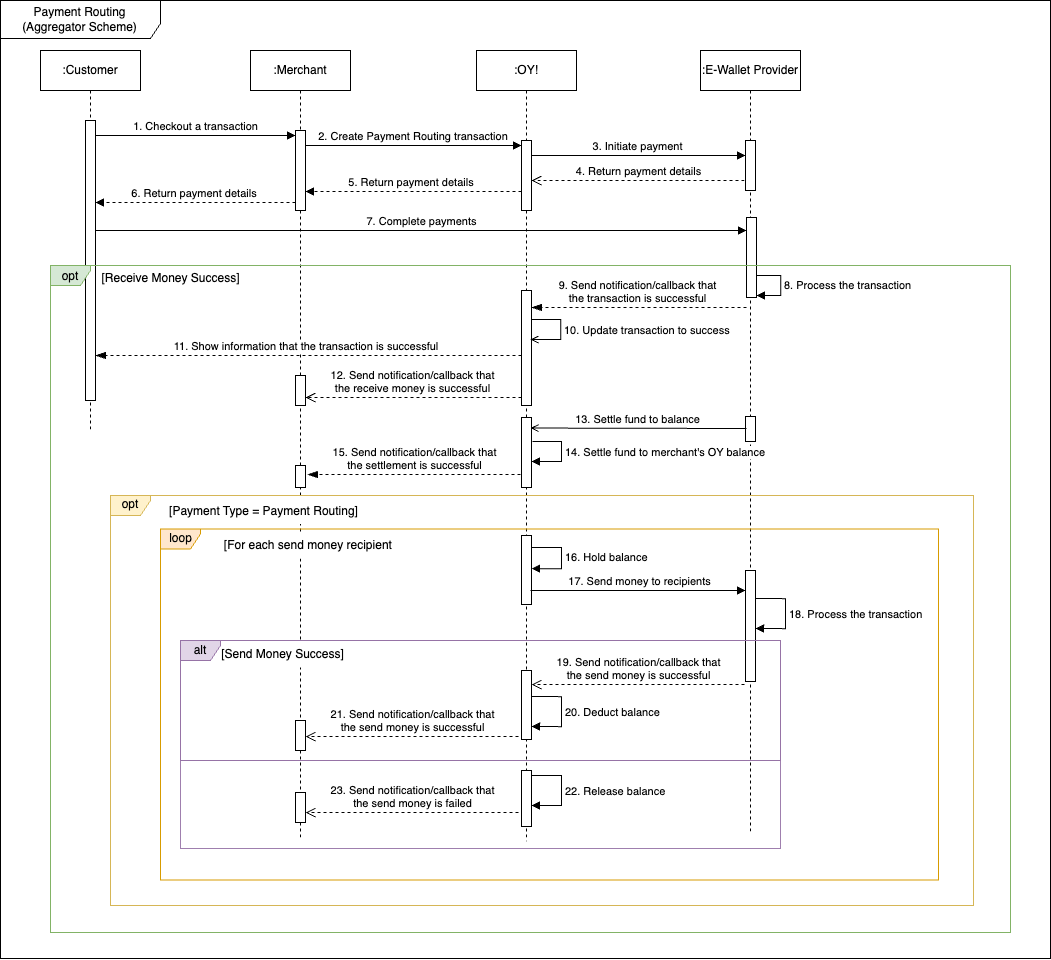
Before: source/images/acceptingPayments/paymentRouting/payment_routing_sequence_aggregator_scheme.png, a diagram exported from draw.io (oyindonesia/oybayar-docs). Source tidied: cells renumbered, new cells last; positions are measured from the earlier drawing's top-left corner, leaving out a move shared by most shapes.
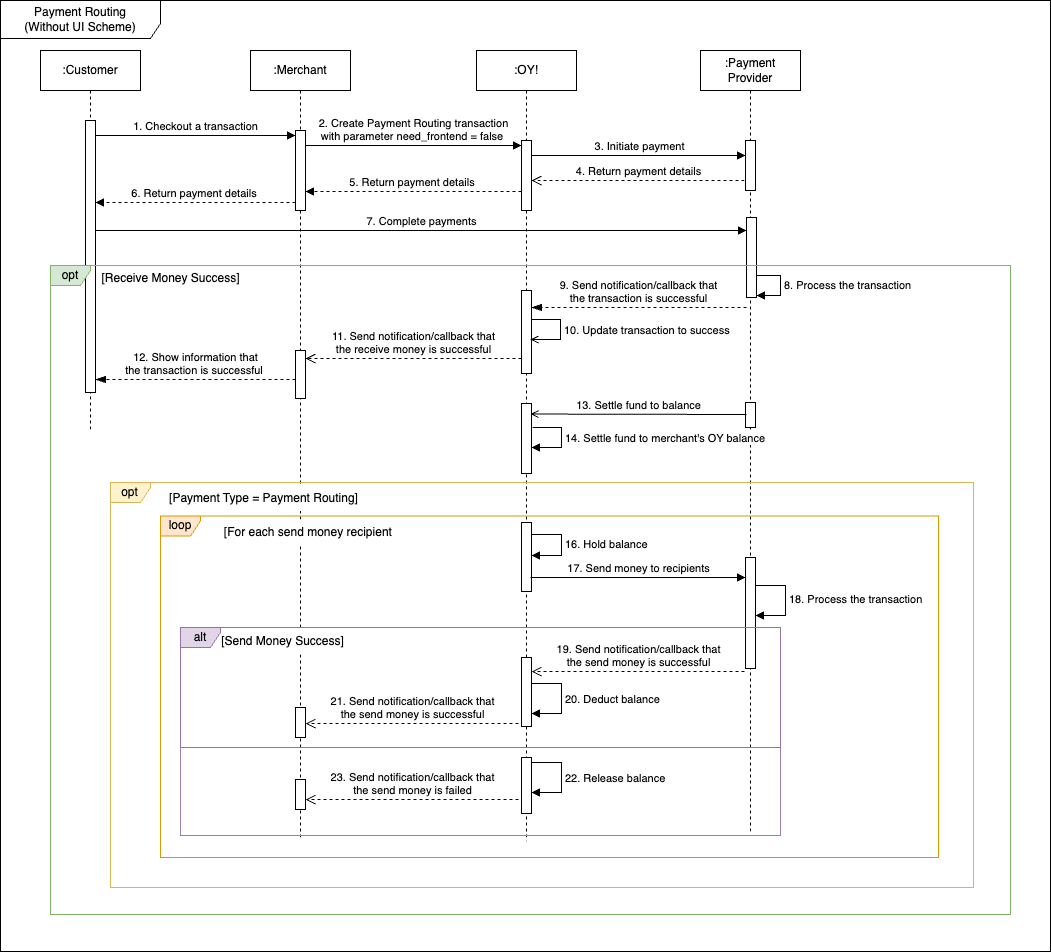
The same file after the commit.

Commit message:
address review from finny and fix crashed image in VA simulate callback

Change to the diagram source:
```diff
@@ -4,4 +4,4 @@
     <mxCell id="1" parent="0" />
-    <mxCell id="2" value="Payment Routing (Aggregator Scheme)" style="shape=umlFrame;whiteSpace=wrap;html=1;width=160;height=38;" parent="1" vertex="1">
-      <mxGeometry width="1050" height="958" as="geometry" />
+    <mxCell id="2" value="Payment Routing &lt;br&gt;(Without UI Scheme)" style="shape=umlFrame;whiteSpace=wrap;html=1;width=160;height=38;" parent="1" vertex="1">
+      <mxGeometry width="1050" height="951" as="geometry" />
     </mxCell>
@@ -19,3 +19,3 @@
     </mxCell>
-    <mxCell id="7" value=":E-Wallet Provider" style="shape=umlLifeline;perimeter=lifelinePerimeter;whiteSpace=wrap;html=1;newEdgeStyle={&quot;curved&quot;:0,&quot;rounded&quot;:0};" parent="1" vertex="1">
+    <mxCell id="7" value=":Payment Provider" style="shape=umlLifeline;perimeter=lifelinePerimeter;whiteSpace=wrap;html=1;newEdgeStyle={&quot;curved&quot;:0,&quot;rounded&quot;:0};" parent="1" vertex="1">
       <mxGeometry x="700" y="50" width="100" height="781" as="geometry" />
@@ -33,3 +33,3 @@
     </mxCell>
-    <mxCell id="11" value="2. Create Payment Routing transaction&amp;nbsp;" style="html=1;verticalAlign=bottom;endArrow=block;curved=0;rounded=0;entryX=0;entryY=0;entryDx=0;entryDy=5;entryPerimeter=0;" parent="1" edge="1" source="4" target="6">
+    <mxCell id="11" value="2. Create Payment Routing transaction&lt;br style=&quot;border-color: var(--border-color);&quot;&gt;with parameter need_frontend = false&amp;nbsp;" style="html=1;verticalAlign=bottom;endArrow=block;curved=0;rounded=0;entryX=0;entryY=0;entryDx=0;entryDy=5;entryPerimeter=0;" parent="1" edge="1" source="4" target="6">
       <mxGeometry relative="1" as="geometry" />
@@ -70,3 +70,3 @@
     <mxCell id="17" style="html=1;perimeter=orthogonalPerimeter;targetShapes=umlLifeline;newEdgeStyle={&quot;curved&quot;:0,&quot;rounded&quot;:0};" parent="16" vertex="1">
-      <mxGeometry x="45" y="70" width="10" height="280" as="geometry" />
+      <mxGeometry x="45" y="70" width="10" height="272" as="geometry" />
     </mxCell>
@@ -82,9 +82,9 @@
     <mxCell id="19" style="rounded=0;whiteSpace=wrap;html=1;fillColor=none;strokeColor=#9f7fae;" parent="1" vertex="1">
-      <mxGeometry x="180" y="760" width="600" height="88" as="geometry" />
+      <mxGeometry x="180" y="747" width="600" height="88" as="geometry" />
     </mxCell>
     <mxCell id="20" style="html=1;perimeter=orthogonalPerimeter;targetShapes=umlLifeline;newEdgeStyle={&quot;curved&quot;:0,&quot;rounded&quot;:0};" parent="1" vertex="1">
-      <mxGeometry x="295" y="375" width="10" height="30" as="geometry" />
+      <mxGeometry x="295" y="350" width="10" height="48" as="geometry" />
     </mxCell>
     <mxCell id="21" style="html=1;perimeter=orthogonalPerimeter;targetShapes=umlLifeline;newEdgeStyle={&quot;curved&quot;:0,&quot;rounded&quot;:0};" parent="1" vertex="1">
-      <mxGeometry x="521" y="290" width="10" height="115" as="geometry" />
+      <mxGeometry x="521" y="290" width="10" height="83" as="geometry" />
     </mxCell>
@@ -109,8 +109,8 @@
     </mxCell>
-    <mxCell id="24" value="11. Show information that the transaction is successful&amp;nbsp;" style="html=1;verticalAlign=bottom;endArrow=blockThin;dashed=1;endSize=8;curved=0;rounded=0;endFill=1;" parent="1" edge="1">
+    <mxCell id="24" value="12. Show information that &lt;br&gt;the transaction is successful&amp;nbsp;" style="html=1;verticalAlign=bottom;endArrow=blockThin;dashed=1;endSize=8;curved=0;rounded=0;endFill=1;" parent="1" edge="1">
       <mxGeometry relative="1" as="geometry">
-        <mxPoint x="521" y="355" as="sourcePoint" />
-        <mxPoint x="95" y="355" as="targetPoint" />
+        <mxPoint x="295" y="379" as="sourcePoint" />
+        <mxPoint x="95" y="379" as="targetPoint" />
         <Array as="points">
-          <mxPoint x="376" y="355" />
+          <mxPoint x="265" y="379" />
         </Array>
@@ -118,8 +118,8 @@
     </mxCell>
-    <mxCell id="25" value="&lt;div&gt;12. Send notification/callback that&lt;/div&gt;&lt;div&gt;the receive money is successful&lt;/div&gt;" style="html=1;verticalAlign=bottom;endArrow=open;dashed=1;endSize=8;curved=0;rounded=0;" parent="1" edge="1">
+    <mxCell id="25" value="&lt;div&gt;11. Send notification/callback that&lt;/div&gt;&lt;div&gt;the receive money is successful&lt;/div&gt;" style="html=1;verticalAlign=bottom;endArrow=open;dashed=1;endSize=8;curved=0;rounded=0;" parent="1" edge="1">
       <mxGeometry relative="1" as="geometry">
-        <mxPoint x="521" y="397" as="sourcePoint" />
-        <mxPoint x="305" y="397" as="targetPoint" />
+        <mxPoint x="521" y="358" as="sourcePoint" />
+        <mxPoint x="305" y="358" as="targetPoint" />
         <Array as="points">
-          <mxPoint x="410" y="397" />
+          <mxPoint x="410" y="358" />
         </Array>
@@ -128,3 +128,3 @@
     <mxCell id="26" value="opt" style="shape=umlFrame;whiteSpace=wrap;html=1;width=40;height=20;fillColor=#d5e8d4;strokeColor=#82b366;" parent="1" vertex="1">
-      <mxGeometry x="50" y="265" width="960" height="667" as="geometry" />
+      <mxGeometry x="50" y="265" width="960" height="649" as="geometry" />
     </mxCell>
@@ -144,3 +144,3 @@
     <mxCell id="29" style="html=1;perimeter=orthogonalPerimeter;targetShapes=umlLifeline;newEdgeStyle={&quot;curved&quot;:0,&quot;rounded&quot;:0};" parent="1" vertex="1">
-      <mxGeometry x="745" y="416" width="10" height="25" as="geometry" />
+      <mxGeometry x="745" y="402" width="10" height="25" as="geometry" />
     </mxCell>
@@ -148,4 +148,4 @@
       <mxGeometry relative="1" as="geometry">
-        <mxPoint x="746" y="428" as="sourcePoint" />
-        <mxPoint x="530" y="427.5" as="targetPoint" />
+        <mxPoint x="746" y="414" as="sourcePoint" />
+        <mxPoint x="530" y="413.5" as="targetPoint" />
       </mxGeometry>
@@ -153,46 +153,46 @@
     <mxCell id="31" style="html=1;perimeter=orthogonalPerimeter;targetShapes=umlLifeline;newEdgeStyle={&quot;curved&quot;:0,&quot;rounded&quot;:0};" parent="1" vertex="1">
-      <mxGeometry x="521" y="417" width="10" height="70" as="geometry" />
+      <mxGeometry x="521" y="403" width="10" height="70" as="geometry" />
     </mxCell>
     <mxCell id="32" style="html=1;perimeter=orthogonalPerimeter;targetShapes=umlLifeline;newEdgeStyle={&quot;curved&quot;:0,&quot;rounded&quot;:0};" parent="1" vertex="1">
-      <mxGeometry x="295" y="465" width="10" height="22" as="geometry" />
+      <mxGeometry x="521" y="522" width="10" height="69" as="geometry" />
     </mxCell>
-    <mxCell id="33" value="&lt;div&gt;15. Send notification/callback that&lt;/div&gt;&lt;div&gt;the settlement is successful&lt;/div&gt;" style="html=1;verticalAlign=bottom;endArrow=blockThin;dashed=1;endSize=8;curved=0;rounded=0;endFill=1;" parent="1" edge="1">
-      <mxGeometry relative="1" as="geometry">
-        <mxPoint x="520" y="474" as="sourcePoint" />
-        <mxPoint x="307" y="474.1" as="targetPoint" />
-        <Array as="points">
-          <mxPoint x="412" y="474.1" />
-        </Array>
-      </mxGeometry>
+    <mxCell id="33" style="html=1;perimeter=orthogonalPerimeter;targetShapes=umlLifeline;newEdgeStyle={&quot;curved&quot;:0,&quot;rounded&quot;:0};" parent="1" vertex="1">
+      <mxGeometry x="745" y="557" width="10" height="111" as="geometry" />
     </mxCell>
-    <mxCell id="34" style="html=1;perimeter=orthogonalPerimeter;targetShapes=umlLifeline;newEdgeStyle={&quot;curved&quot;:0,&quot;rounded&quot;:0};" parent="1" vertex="1">
-      <mxGeometry x="521" y="535" width="10" height="69" as="geometry" />
+    <mxCell id="34" value="opt" style="shape=umlFrame;whiteSpace=wrap;html=1;width=40;height=20;fillColor=#fff2cc;strokeColor=#d6b656;" parent="1" vertex="1">
+      <mxGeometry x="110" y="482" width="863" height="405" as="geometry" />
     </mxCell>
-    <mxCell id="35" style="html=1;perimeter=orthogonalPerimeter;targetShapes=umlLifeline;newEdgeStyle={&quot;curved&quot;:0,&quot;rounded&quot;:0};" parent="1" vertex="1">
-      <mxGeometry x="745" y="570" width="10" height="111" as="geometry" />
+    <mxCell id="35" value="17. Send money to recipients" style="html=1;verticalAlign=bottom;endArrow=block;curved=0;rounded=0;" parent="1" edge="1">
+      <mxGeometry x="0.01" relative="1" as="geometry">
+        <mxPoint x="530" y="577" as="sourcePoint" />
+        <mxPoint x="745" y="577" as="targetPoint" />
+      </mxGeometry>
     </mxCell>
-    <mxCell id="36" value="opt" style="shape=umlFrame;whiteSpace=wrap;html=1;width=40;height=20;fillColor=#fff2cc;strokeColor=#d6b656;" parent="1" vertex="1">
-      <mxGeometry x="110" y="495" width="863" height="410" as="geometry" />
+    <mxCell id="36" value="loop" style="shape=umlFrame;whiteSpace=wrap;html=1;width=40;height=20;fillColor=#ffe6cc;strokeColor=#d79b00;" parent="1" vertex="1">
+      <mxGeometry x="160" y="515.5" width="778" height="341.5" as="geometry" />
     </mxCell>
-    <mxCell id="37" value="17. Send money to recipients" style="html=1;verticalAlign=bottom;endArrow=block;curved=0;rounded=0;" parent="1" edge="1">
-      <mxGeometry x="0.01" relative="1" as="geometry">
-        <mxPoint x="530" y="590" as="sourcePoint" />
-        <mxPoint x="745" y="590" as="targetPoint" />
-      </mxGeometry>
+    <mxCell id="37" value="&lt;span style=&quot;font-weight: 400;&quot;&gt;[Payment Type = Payment Routing]&lt;/span&gt;" style="text;align=center;fontStyle=1;verticalAlign=middle;spacingLeft=3;spacingRight=3;strokeColor=none;html=1;fillColor=default;" parent="1" vertex="1">
+      <mxGeometry x="155" y="484.5" width="215" height="26" as="geometry" />
     </mxCell>
-    <mxCell id="38" value="loop" style="shape=umlFrame;whiteSpace=wrap;html=1;width=40;height=20;fillColor=#ffe6cc;strokeColor=#d79b00;" parent="1" vertex="1">
-      <mxGeometry x="160" y="528.5" width="778" height="351" as="geometry" />
+    <mxCell id="38" style="html=1;perimeter=orthogonalPerimeter;targetShapes=umlLifeline;newEdgeStyle={&quot;curved&quot;:0,&quot;rounded&quot;:0};" parent="1" vertex="1">
+      <mxGeometry x="295" y="707" width="10" height="30" as="geometry" />
     </mxCell>
-    <mxCell id="39" value="&lt;span style=&quot;font-weight: 400;&quot;&gt;[Payment Type = Payment Routing]&lt;/span&gt;" style="text;align=center;fontStyle=1;verticalAlign=middle;spacingLeft=3;spacingRight=3;strokeColor=none;html=1;fillColor=default;" parent="1" vertex="1">
-      <mxGeometry x="155" y="497.5" width="215" height="26" as="geometry" />
+    <mxCell id="39" value="22. Release balance" style="html=1;align=left;spacingLeft=2;endArrow=block;rounded=0;edgeStyle=orthogonalEdgeStyle;curved=0;rounded=0;" parent="1" edge="1">
+      <mxGeometry relative="1" as="geometry">
+        <mxPoint x="531" y="762" as="sourcePoint" />
+        <mxPoint x="531" y="792" as="targetPoint" />
+        <Array as="points">
+          <mxPoint x="561" y="792" />
+        </Array>
+      </mxGeometry>
     </mxCell>
-    <mxCell id="40" style="html=1;perimeter=orthogonalPerimeter;targetShapes=umlLifeline;newEdgeStyle={&quot;curved&quot;:0,&quot;rounded&quot;:0};" parent="1" vertex="1">
-      <mxGeometry x="295" y="720" width="10" height="30" as="geometry" />
+    <mxCell id="40" value="alt" style="shape=umlFrame;whiteSpace=wrap;html=1;width=40;height=20;fillColor=#e1d5e7;strokeColor=#9673a6;" parent="1" vertex="1">
+      <mxGeometry x="180" y="627" width="600" height="120" as="geometry" />
     </mxCell>
-    <mxCell id="41" value="22. Release balance" style="html=1;align=left;spacingLeft=2;endArrow=block;rounded=0;edgeStyle=orthogonalEdgeStyle;curved=0;rounded=0;" parent="1" edge="1">
+    <mxCell id="41" value="&lt;div&gt;21. Send notification/callback that&lt;/div&gt;&lt;div&gt;the send money is successful&lt;/div&gt;" style="html=1;verticalAlign=bottom;endArrow=open;dashed=1;endSize=8;curved=0;rounded=0;" parent="1" edge="1">
       <mxGeometry relative="1" as="geometry">
-        <mxPoint x="531" y="775" as="sourcePoint" />
-        <mxPoint x="531" y="805" as="targetPoint" />
+        <mxPoint x="518" y="723" as="sourcePoint" />
+        <mxPoint x="305" y="723.1" as="targetPoint" />
         <Array as="points">
-          <mxPoint x="561" y="805" />
+          <mxPoint x="410" y="723.1" />
         </Array>
@@ -200,29 +200,38 @@
     </mxCell>
-    <mxCell id="42" value="alt" style="shape=umlFrame;whiteSpace=wrap;html=1;width=40;height=20;fillColor=#e1d5e7;strokeColor=#9673a6;" parent="1" vertex="1">
-      <mxGeometry x="180" y="640" width="600" height="120" as="geometry" />
+    <mxCell id="42" value="&lt;span style=&quot;font-weight: 400;&quot;&gt;[Send Money Success]&lt;/span&gt;" style="text;align=center;fontStyle=1;verticalAlign=middle;spacingLeft=3;spacingRight=3;html=1;fillColor=default;" parent="1" vertex="1">
+      <mxGeometry x="242" y="628" width="80" height="26" as="geometry" />
     </mxCell>
-    <mxCell id="43" value="&lt;div&gt;21. Send notification/callback that&lt;/div&gt;&lt;div&gt;the send money is successful&lt;/div&gt;" style="html=1;verticalAlign=bottom;endArrow=open;dashed=1;endSize=8;curved=0;rounded=0;" parent="1" edge="1">
-      <mxGeometry relative="1" as="geometry">
-        <mxPoint x="518" y="736" as="sourcePoint" />
-        <mxPoint x="305" y="736.1" as="targetPoint" />
-        <Array as="points">
-          <mxPoint x="410" y="736.1" />
-        </Array>
-      </mxGeometry>
+    <mxCell id="43" value="&lt;span style=&quot;font-weight: 400;&quot;&gt;[For each send money recipient&amp;nbsp;&lt;/span&gt;" style="text;align=center;fontStyle=1;verticalAlign=middle;spacingLeft=3;spacingRight=3;strokeColor=none;html=1;fillColor=default;" parent="1" vertex="1">
+      <mxGeometry x="203" y="519" width="212" height="26" as="geometry" />
     </mxCell>
-    <mxCell id="44" value="&lt;span style=&quot;font-weight: 400;&quot;&gt;[Send Money Success]&lt;/span&gt;" style="text;align=center;fontStyle=1;verticalAlign=middle;spacingLeft=3;spacingRight=3;html=1;fillColor=default;" parent="1" vertex="1">
-      <mxGeometry x="242" y="641" width="80" height="26" as="geometry" />
+    <mxCell id="44" style="html=1;perimeter=orthogonalPerimeter;targetShapes=umlLifeline;newEdgeStyle={&quot;curved&quot;:0,&quot;rounded&quot;:0};" parent="1" vertex="1">
+      <mxGeometry x="521" y="757" width="10" height="56" as="geometry" />
     </mxCell>
-    <mxCell id="45" value="&lt;span style=&quot;font-weight: 400;&quot;&gt;[For each send money recipient&amp;nbsp;&lt;/span&gt;" style="text;align=center;fontStyle=1;verticalAlign=middle;spacingLeft=3;spacingRight=3;strokeColor=none;html=1;fillColor=default;" parent="1" vertex="1">
-      <mxGeometry x="203" y="532" width="212" height="26" as="geometry" />
+    <mxCell id="45" value="20. Deduct balance" style="html=1;align=left;spacingLeft=2;endArrow=block;rounded=0;edgeStyle=orthogonalEdgeStyle;curved=0;rounded=0;" parent="1" edge="1">
+      <mxGeometry relative="1" as="geometry">
+        <mxPoint x="531" y="683" as="sourcePoint" />
+        <mxPoint x="531" y="713" as="targetPoint" />
+        <Array as="points">
+          <mxPoint x="561" y="713" />
+        </Array>
+      </mxGeometry>
     </mxCell>
-    <mxCell id="46" style="html=1;perimeter=orthogonalPerimeter;targetShapes=umlLifeline;newEdgeStyle={&quot;curved&quot;:0,&quot;rounded&quot;:0};" parent="1" vertex="1">
-      <mxGeometry x="521" y="770" width="10" height="56" as="geometry" />
+    <mxCell id="46" value="16. Hold balance" style="html=1;align=left;spacingLeft=2;endArrow=block;rounded=0;edgeStyle=orthogonalEdgeStyle;curved=0;rounded=0;" parent="1" edge="1">
+      <mxGeometry relative="1" as="geometry">
+        <mxPoint x="531" y="534" as="sourcePoint" />
+        <mxPoint x="531" y="555" as="targetPoint" />
+        <Array as="points">
+          <mxPoint x="561" y="534" />
+          <mxPoint x="561" y="555" />
+          <mxPoint x="531" y="555" />
+        </Array>
+      </mxGeometry>
     </mxCell>
-    <mxCell id="47" value="20. Deduct balance" style="html=1;align=left;spacingLeft=2;endArrow=block;rounded=0;edgeStyle=orthogonalEdgeStyle;curved=0;rounded=0;" parent="1" edge="1">
+    <mxCell id="47" value="14. Settle fund to merchant's OY balance" style="html=1;align=left;spacingLeft=2;endArrow=block;rounded=0;edgeStyle=orthogonalEdgeStyle;curved=0;rounded=0;" parent="1" edge="1">
       <mxGeometry relative="1" as="geometry">
-        <mxPoint x="531" y="696" as="sourcePoint" />
-        <mxPoint x="531" y="726" as="targetPoint" />
+        <mxPoint x="532" y="427" as="sourcePoint" />
+        <mxPoint x="531" y="447" as="targetPoint" />
         <Array as="points">
-          <mxPoint x="561" y="726" />
+          <mxPoint x="561" y="427" />
+          <mxPoint x="561" y="447" />
         </Array>
@@ -230,10 +239,8 @@
     </mxCell>
-    <mxCell id="48" value="16. Hold balance" style="html=1;align=left;spacingLeft=2;endArrow=block;rounded=0;edgeStyle=orthogonalEdgeStyle;curved=0;rounded=0;" parent="1" edge="1">
-      <mxGeometry relative="1" as="geometry">
-        <mxPoint x="531" y="547" as="sourcePoint" />
-        <mxPoint x="531" y="568" as="targetPoint" />
+    <mxCell id="48" value="18. Process the transaction" style="html=1;align=left;spacingLeft=2;endArrow=block;rounded=0;edgeStyle=orthogonalEdgeStyle;curved=0;rounded=0;" parent="1" edge="1">
+      <mxGeometry x="-0.01" relative="1" as="geometry">
+        <mxPoint x="755" y="585" as="sourcePoint" />
+        <mxPoint x="755" y="615" as="targetPoint" />
         <Array as="points">
-          <mxPoint x="561" y="547" />
-          <mxPoint x="561" y="568" />
-          <mxPoint x="531" y="568" />
+          <mxPoint x="785" y="615" />
         </Array>
@@ -241,18 +248,11 @@
     </mxCell>
-    <mxCell id="49" value="14. Settle fund to merchant's OY balance" style="html=1;align=left;spacingLeft=2;endArrow=block;rounded=0;edgeStyle=orthogonalEdgeStyle;curved=0;rounded=0;" parent="1" edge="1">
-      <mxGeometry relative="1" as="geometry">
-        <mxPoint x="532" y="441" as="sourcePoint" />
-        <mxPoint x="531" y="461" as="targetPoint" />
-        <Array as="points">
-          <mxPoint x="561" y="441" />
-          <mxPoint x="561" y="461" />
-        </Array>
-      </mxGeometry>
+    <mxCell id="49" style="html=1;perimeter=orthogonalPerimeter;targetShapes=umlLifeline;newEdgeStyle={&quot;curved&quot;:0,&quot;rounded&quot;:0};" parent="1" vertex="1">
+      <mxGeometry x="521" y="657" width="10" height="69" as="geometry" />
     </mxCell>
-    <mxCell id="50" value="18. Process the transaction" style="html=1;align=left;spacingLeft=2;endArrow=block;rounded=0;edgeStyle=orthogonalEdgeStyle;curved=0;rounded=0;" parent="1" edge="1">
-      <mxGeometry x="-0.01" relative="1" as="geometry">
-        <mxPoint x="755" y="598" as="sourcePoint" />
-        <mxPoint x="755" y="628" as="targetPoint" />
+    <mxCell id="50" value="&lt;div&gt;19. Send notification/callback that&lt;/div&gt;&lt;div&gt;the send money is successful&lt;/div&gt;" style="html=1;verticalAlign=bottom;endArrow=open;dashed=1;endSize=8;curved=0;rounded=0;" parent="1" edge="1">
+      <mxGeometry relative="1" as="geometry">
+        <mxPoint x="744" y="671" as="sourcePoint" />
+        <mxPoint x="531" y="671.1" as="targetPoint" />
         <Array as="points">
-          <mxPoint x="785" y="628" />
+          <mxPoint x="636" y="671.1" />
         </Array>
@@ -261,10 +261,10 @@
     <mxCell id="51" style="html=1;perimeter=orthogonalPerimeter;targetShapes=umlLifeline;newEdgeStyle={&quot;curved&quot;:0,&quot;rounded&quot;:0};" parent="1" vertex="1">
-      <mxGeometry x="521" y="670" width="10" height="69" as="geometry" />
+      <mxGeometry x="295" y="779" width="10" height="30" as="geometry" />
     </mxCell>
-    <mxCell id="52" value="&lt;div&gt;19. Send notification/callback that&lt;/div&gt;&lt;div&gt;the send money is successful&lt;/div&gt;" style="html=1;verticalAlign=bottom;endArrow=open;dashed=1;endSize=8;curved=0;rounded=0;" parent="1" edge="1">
+    <mxCell id="52" value="&lt;div&gt;23. Send notification/callback that&lt;/div&gt;&lt;div&gt;the send money is failed&lt;/div&gt;" style="html=1;verticalAlign=bottom;endArrow=open;dashed=1;endSize=8;curved=0;rounded=0;" parent="1" edge="1">
       <mxGeometry relative="1" as="geometry">
-        <mxPoint x="744" y="684" as="sourcePoint" />
-        <mxPoint x="531" y="684.1" as="targetPoint" />
+        <mxPoint x="518" y="799" as="sourcePoint" />
+        <mxPoint x="305" y="799.1" as="targetPoint" />
         <Array as="points">
-          <mxPoint x="636" y="684.1" />
+          <mxPoint x="410" y="799.1" />
         </Array>
@@ -272,14 +272,2 @@
     </mxCell>
-    <mxCell id="53" style="html=1;perimeter=orthogonalPerimeter;targetShapes=umlLifeline;newEdgeStyle={&quot;curved&quot;:0,&quot;rounded&quot;:0};" parent="1" vertex="1">
-      <mxGeometry x="295" y="792" width="10" height="30" as="geometry" />
-    </mxCell>
-    <mxCell id="54" value="&lt;div&gt;23. Send notification/callback that&lt;/div&gt;&lt;div&gt;the send money is failed&lt;/div&gt;" style="html=1;verticalAlign=bottom;endArrow=open;dashed=1;endSize=8;curved=0;rounded=0;" parent="1" edge="1">
-      <mxGeometry relative="1" as="geometry">
-        <mxPoint x="518" y="812" as="sourcePoint" />
-        <mxPoint x="305" y="812.1" as="targetPoint" />
-        <Array as="points">
-          <mxPoint x="410" y="812.1" />
-        </Array>
-      </mxGeometry>
-    </mxCell>
   </root>
```
